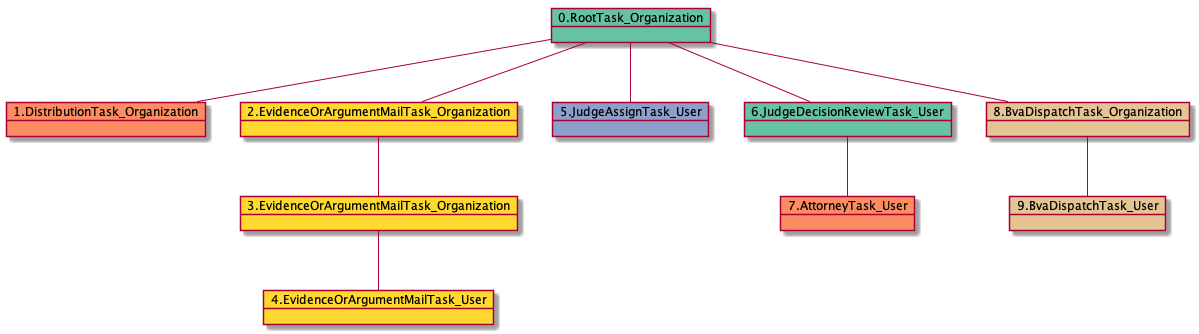
This is docs-DR/uml/RTO.DTO.EOAMTO.EOAMTO.EOAMTU.JATU.JDRTU.ATU.BDTO.BDTU-10213.png from yoomlam/graphing, a PlantUML export, as it was before one commit. Its diagram source:
```plantuml
@startuml
object 0.RootTask_Organization #66c2a5
object 1.DistributionTask_Organization #fc8d62
object 2.EvidenceOrArgumentMailTask_Organization #ffd92f
object 3.EvidenceOrArgumentMailTask_Organization #ffd92f
object 4.EvidenceOrArgumentMailTask_User #ffd92f
object 5.JudgeAssignTask_User #8da0cb
object 6.JudgeDecisionReviewTask_User #66c2a5
object 7.AttorneyTask_User #fc8d62
object 8.BvaDispatchTask_Organization #e5c494
object 9.BvaDispatchTask_User #e5c494
0.RootTask_Organization -- 1.DistributionTask_Organization
0.RootTask_Organization -- 2.EvidenceOrArgumentMailTask_Organization
2.EvidenceOrArgumentMailTask_Organization -- 3.EvidenceOrArgumentMailTask_Organization
3.EvidenceOrArgumentMailTask_Organization -- 4.EvidenceOrArgumentMailTask_User
0.RootTask_Organization -- 5.JudgeAssignTask_User
0.RootTask_Organization -- 6.JudgeDecisionReviewTask_User
6.JudgeDecisionReviewTask_User -- 7.AttorneyTask_User
0.RootTask_Organization -- 8.BvaDispatchTask_Organization
8.BvaDispatchTask_Organization -- 9.BvaDispatchTask_User
@enduml
```
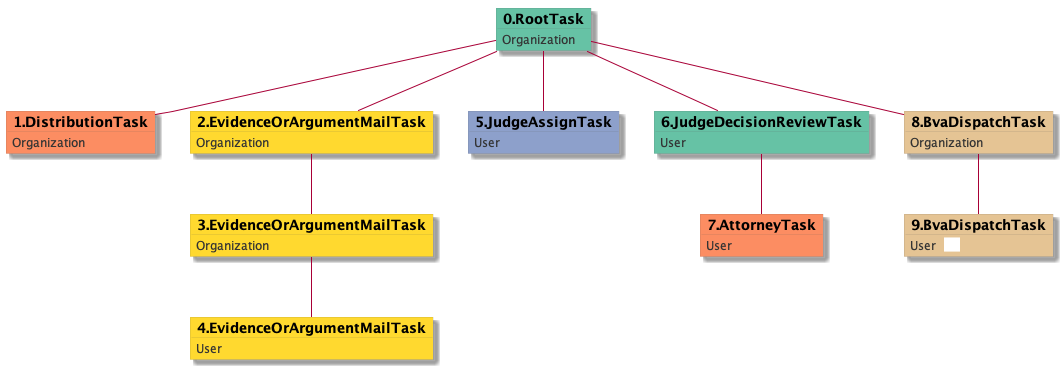
The same file after the commit.

Change to the diagram source:
```diff
@@ -1,21 +1,49 @@
 @startuml
-object 0.RootTask_Organization #66c2a5
-object 1.DistributionTask_Organization #fc8d62
-object 2.EvidenceOrArgumentMailTask_Organization #ffd92f
-object 3.EvidenceOrArgumentMailTask_Organization #ffd92f
-object 4.EvidenceOrArgumentMailTask_User #ffd92f
-object 5.JudgeAssignTask_User #8da0cb
-object 6.JudgeDecisionReviewTask_User #66c2a5
-object 7.AttorneyTask_User #fc8d62
-object 8.BvaDispatchTask_Organization #e5c494
-object 9.BvaDispatchTask_User #e5c494
-0.RootTask_Organization -- 1.DistributionTask_Organization
-0.RootTask_Organization -- 2.EvidenceOrArgumentMailTask_Organization
-2.EvidenceOrArgumentMailTask_Organization -- 3.EvidenceOrArgumentMailTask_Organization
-3.EvidenceOrArgumentMailTask_Organization -- 4.EvidenceOrArgumentMailTask_User
-0.RootTask_Organization -- 5.JudgeAssignTask_User
-0.RootTask_Organization -- 6.JudgeDecisionReviewTask_User
-6.JudgeDecisionReviewTask_User -- 7.AttorneyTask_User
-0.RootTask_Organization -- 8.BvaDispatchTask_Organization
-8.BvaDispatchTask_Organization -- 9.BvaDispatchTask_User
+skinparam {
+  ObjectBorderColor #555
+  ObjectBorderThickness 0
+  ObjectFontStyle bold
+  ObjectFontSize 14
+  ObjectAttributeFontColor #333
+  ObjectAttributeFontSize 12
+}
+  object 0.RootTask #66c2a5 {
+Organization
+}
+  object 1.DistributionTask #fc8d62 {
+Organization
+}
+  object 2.EvidenceOrArgumentMailTask #ffd92f {
+Organization
+}
+  object 3.EvidenceOrArgumentMailTask #ffd92f {
+Organization
+}
+  object 4.EvidenceOrArgumentMailTask #ffd92f {
+User
+}
+  object 5.JudgeAssignTask #8da0cb {
+User
+}
+  object 6.JudgeDecisionReviewTask #66c2a5 {
+User
+}
+  object 7.AttorneyTask #fc8d62 {
+User
+}
+  object 8.BvaDispatchTask #e5c494 {
+Organization
+}
+  object 9.BvaDispatchTask #e5c494 {
+User  <back:white>    </back>
+}
+0.RootTask -- 1.DistributionTask
+0.RootTask -- 2.EvidenceOrArgumentMailTask
+2.EvidenceOrArgumentMailTask -- 3.EvidenceOrArgumentMailTask
+3.EvidenceOrArgumentMailTask -- 4.EvidenceOrArgumentMailTask
+0.RootTask -- 5.JudgeAssignTask
+0.RootTask -- 6.JudgeDecisionReviewTask
+6.JudgeDecisionReviewTask -- 7.AttorneyTask
+0.RootTask -- 8.BvaDispatchTask
+8.BvaDispatchTask -- 9.BvaDispatchTask
 @enduml
```
